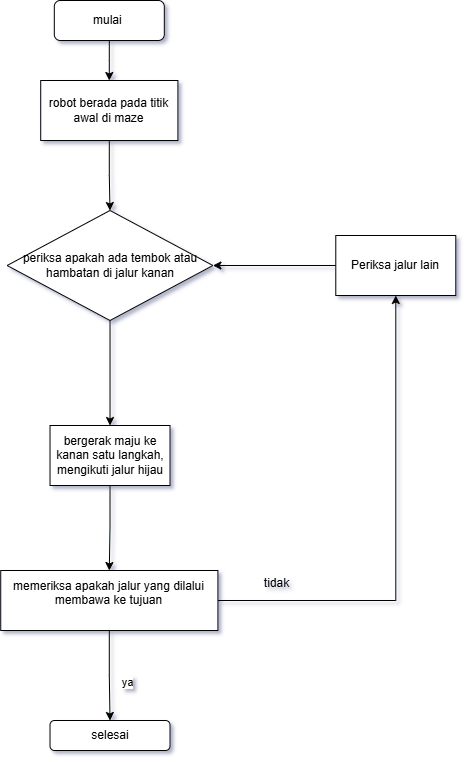
Above: Diagram Tanpa Judul.drawio.png in jiasumimasen/kasir (draw.io), before the change. Source tidied: cells renumbered, new cells last; positions are measured from the earlier drawing's top-left corner, leaving out a move shared by most shapes.
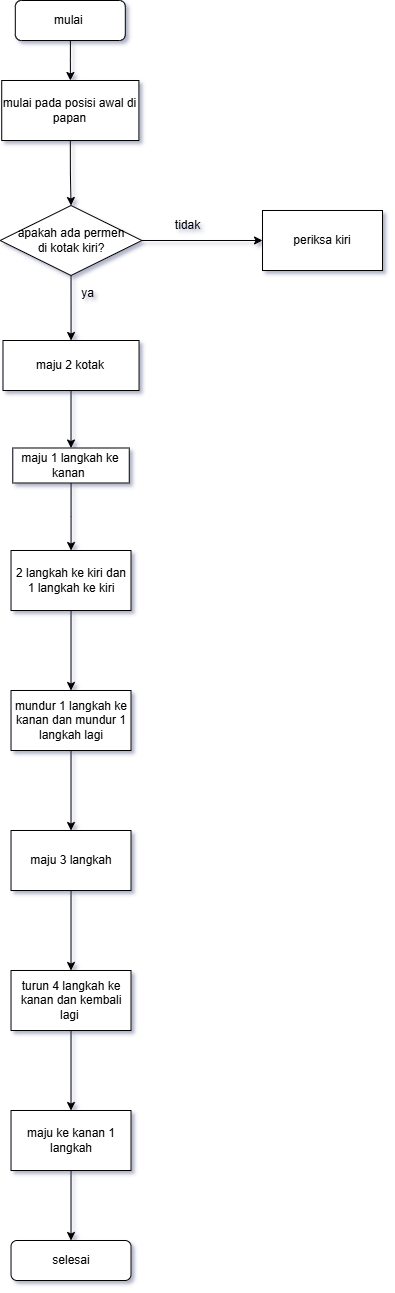
The same diagram one commit later.

The edit, as a diff of the source:
```diff
@@ -8,49 +8,74 @@
     <mxCell id="3" value="mulai&amp;nbsp;" style="rounded=1;whiteSpace=wrap;html=1;labelBackgroundColor=none;" parent="1" vertex="1">
       <mxGeometry x="53.8" width="110" height="40" as="geometry" />
     </mxCell>
-    <mxCell id="4" style="edgeStyle=orthogonalEdgeStyle;rounded=0;jettySize=auto;html=1;" parent="1" edge="1" source="5" target="12">
-      <mxGeometry relative="1" as="geometry" />
-    </mxCell>
-    <mxCell id="5" value="robot berada pada titik awal di maze" style="rounded=0;whiteSpace=wrap;html=1;labelBackgroundColor=none;" parent="1" vertex="1">
+    <mxCell id="5" value="mulai pada posisi awal di papan " style="rounded=0;whiteSpace=wrap;html=1;labelBackgroundColor=none;" parent="1" vertex="1">
       <mxGeometry x="40.2" y="80" width="137.2" height="60" as="geometry" />
     </mxCell>
-    <mxCell id="6" style="edgeStyle=orthogonalEdgeStyle;rounded=0;jettySize=auto;html=1;exitX=0.5;exitY=1;exitDx=0;exitDy=0;" parent="1" edge="1" source="15" target="10">
+    <mxCell id="6" style="edgeStyle=orthogonalEdgeStyle;rounded=0;jettySize=auto;html=1;exitX=0.5;exitY=1;exitDx=0;exitDy=0;" parent="1" edge="1" source="21" target="10">
       <mxGeometry relative="1" as="geometry" />
     </mxCell>
-    <mxCell id="7" style="edgeStyle=orthogonalEdgeStyle;rounded=0;jettySize=auto;html=1;entryX=0.5;entryY=0;entryDx=0;entryDy=0;" parent="1" edge="1" source="10" target="17">
-      <mxGeometry relative="1" as="geometry" />
-    </mxCell>
+    <mxCell id="18" style="edgeStyle=orthogonalEdgeStyle;rounded=0;jettySize=auto;html=1;" parent="1" edge="1" source="10" target="23">
+      <mxGeometry relative="1" as="geometry" />
+    </mxCell>
+    <mxCell id="10" value="maju 2 kotak" style="whiteSpace=wrap;html=1;rounded=0;labelBackgroundColor=none;" parent="1" vertex="1">
+      <mxGeometry x="41.5" y="340" width="136.1" height="50" as="geometry" />
+    </mxCell>
+    <mxCell id="14" value="periksa kiri" style="whiteSpace=wrap;html=1;rounded=0;labelBackgroundColor=none;" parent="1" vertex="1">
+      <mxGeometry x="301" y="210" width="120" height="60" as="geometry" />
+    </mxCell>
+    <mxCell id="19" style="edgeStyle=orthogonalEdgeStyle;rounded=0;jettySize=auto;html=1;exitX=0.5;exitY=1;exitDx=0;exitDy=0;" parent="1" edge="1" source="5" target="21">
+      <mxGeometry relative="1" as="geometry" />
+    </mxCell>
+    <mxCell id="20" style="edgeStyle=orthogonalEdgeStyle;rounded=0;jettySize=auto;html=1;entryX=0;entryY=0.5;entryDx=0;entryDy=0;" parent="1" edge="1" source="21" target="14">
+      <mxGeometry relative="1" as="geometry" />
+    </mxCell>
+    <mxCell id="21" value="&lt;div&gt;&lt;br&gt;&lt;/div&gt;apakah ada permen&lt;div&gt;di kotak kiri?&lt;br&gt;&lt;div&gt;&lt;div&gt;&lt;br&gt;&lt;/div&gt;&lt;/div&gt;&lt;/div&gt;" style="rhombus;whiteSpace=wrap;html=1;rounded=0;labelBackgroundColor=none;" parent="1" vertex="1">
+      <mxGeometry x="38.7" y="205" width="141.7" height="70" as="geometry" />
+    </mxCell>
+    <mxCell id="16" value="tidak" style="text;html=1;align=center;verticalAlign=middle;strokeColor=none;fillColor=none;" parent="1" vertex="1">
+      <mxGeometry x="201" y="210" width="50" height="30" as="geometry" />
+    </mxCell>
-    <mxCell id="8" value="ya" style="edgeLabel;html=1;align=center;verticalAlign=middle;" parent="7" vertex="1">
-      <mxGeometry x="0.16" y="4" relative="1" as="geometry">
-        <mxPoint x="13" as="offset" />
-      </mxGeometry>
+    <mxCell id="8" value="ya" style="text;html=1;align=center;verticalAlign=middle;strokeColor=none;fillColor=none;" parent="1" vertex="1">
+      <mxGeometry x="106" y="278" width="40" height="30" as="geometry" />
     </mxCell>
-    <mxCell id="9" style="edgeStyle=orthogonalEdgeStyle;rounded=0;jettySize=auto;html=1;entryX=0.5;entryY=1;entryDx=0;entryDy=0;" parent="1" edge="1" source="10" target="14">
-      <mxGeometry relative="1" as="geometry" />
-    </mxCell>
-    <mxCell id="10" value="memeriksa apakah jalur yang dilalui membawa ke tujuan&lt;div&gt;&lt;br&gt;&lt;/div&gt;" style="whiteSpace=wrap;html=1;rounded=0;labelBackgroundColor=none;" parent="1" vertex="1">
-      <mxGeometry x="0.2" y="570" width="217.2" height="60" as="geometry" />
-    </mxCell>
-    <mxCell id="11" style="edgeStyle=orthogonalEdgeStyle;rounded=0;jettySize=auto;html=1;" parent="1" edge="1" source="12" target="15">
-      <mxGeometry relative="1" as="geometry" />
-    </mxCell>
-    <mxCell id="12" value="periksa apakah ada tembok atau hambatan di jalur kanan" style="rhombus;whiteSpace=wrap;html=1;rounded=0;labelBackgroundColor=none;" parent="1" vertex="1">
-      <mxGeometry x="6.6" y="210" width="205.8" height="110" as="geometry" />
-    </mxCell>
-    <mxCell id="13" style="edgeStyle=orthogonalEdgeStyle;rounded=0;jettySize=auto;html=1;entryX=1;entryY=0.5;entryDx=0;entryDy=0;" parent="1" edge="1" source="14" target="12">
-      <mxGeometry relative="1" as="geometry" />
-    </mxCell>
-    <mxCell id="14" value="Periksa jalur lain" style="whiteSpace=wrap;html=1;rounded=0;labelBackgroundColor=none;" parent="1" vertex="1">
-      <mxGeometry x="335.3" y="235" width="120" height="60" as="geometry" />
-    </mxCell>
-    <mxCell id="15" value="&lt;br&gt;bergerak maju ke kanan satu langkah, mengikuti jalur hijau&lt;div&gt;&lt;br&gt;&lt;/div&gt;" style="whiteSpace=wrap;html=1;rounded=0;labelBackgroundColor=none;" parent="1" vertex="1">
-      <mxGeometry x="49.5" y="425" width="120" height="60" as="geometry" />
-    </mxCell>
-    <mxCell id="16" value="tidak" style="text;html=1;align=center;verticalAlign=middle;strokeColor=none;fillColor=none;" parent="1" vertex="1">
-      <mxGeometry x="251" y="568" width="50" height="30" as="geometry" />
-    </mxCell>
+    <mxCell id="22" style="edgeStyle=orthogonalEdgeStyle;rounded=0;jettySize=auto;html=1;" parent="1" edge="1" source="23" target="25">
+      <mxGeometry relative="1" as="geometry" />
+    </mxCell>
+    <mxCell id="23" value="maju 1 langkah ke kanan&amp;nbsp;" style="whiteSpace=wrap;html=1;rounded=0;labelBackgroundColor=none;" parent="1" vertex="1">
+      <mxGeometry x="51.3" y="447.5" width="116.5" height="35" as="geometry" />
+    </mxCell>
+    <mxCell id="24" style="edgeStyle=orthogonalEdgeStyle;rounded=0;jettySize=auto;html=1;" parent="1" edge="1" source="25" target="27">
+      <mxGeometry relative="1" as="geometry" />
+    </mxCell>
+    <mxCell id="25" value="2 langkah ke kiri dan 1 langkah ke kiri" style="whiteSpace=wrap;html=1;rounded=0;labelBackgroundColor=none;" parent="1" vertex="1">
+      <mxGeometry x="49.5" y="550" width="120" height="60" as="geometry" />
+    </mxCell>
+    <mxCell id="26" style="edgeStyle=orthogonalEdgeStyle;rounded=0;jettySize=auto;html=1;" parent="1" edge="1" source="27" target="29">
+      <mxGeometry relative="1" as="geometry" />
+    </mxCell>
+    <mxCell id="27" value="mundur 1 langkah ke kanan dan mundur 1 langkah lagi" style="whiteSpace=wrap;html=1;rounded=0;labelBackgroundColor=none;" parent="1" vertex="1">
+      <mxGeometry x="49.5" y="690" width="120" height="60" as="geometry" />
+    </mxCell>
+    <mxCell id="28" style="edgeStyle=orthogonalEdgeStyle;rounded=0;jettySize=auto;html=1;" parent="1" edge="1" source="29" target="31">
+      <mxGeometry relative="1" as="geometry" />
+    </mxCell>
+    <mxCell id="29" value="maju 3 langkah" style="whiteSpace=wrap;html=1;rounded=0;labelBackgroundColor=none;" parent="1" vertex="1">
+      <mxGeometry x="49.5" y="830" width="120" height="60" as="geometry" />
+    </mxCell>
+    <mxCell id="30" style="edgeStyle=orthogonalEdgeStyle;rounded=0;jettySize=auto;html=1;" parent="1" edge="1" source="31" target="33">
+      <mxGeometry relative="1" as="geometry" />
+    </mxCell>
+    <mxCell id="31" value="turun 4 langkah ke kanan dan kembali lagi&amp;nbsp;" style="whiteSpace=wrap;html=1;rounded=0;labelBackgroundColor=none;" parent="1" vertex="1">
+      <mxGeometry x="49.5" y="970" width="120" height="60" as="geometry" />
+    </mxCell>
+    <mxCell id="32" style="edgeStyle=orthogonalEdgeStyle;rounded=0;jettySize=auto;html=1;entryX=0.5;entryY=0;entryDx=0;entryDy=0;" parent="1" edge="1" source="33" target="17">
+      <mxGeometry relative="1" as="geometry" />
+    </mxCell>
+    <mxCell id="33" value="maju ke kanan 1 langkah" style="whiteSpace=wrap;html=1;rounded=0;labelBackgroundColor=none;" parent="1" vertex="1">
+      <mxGeometry x="49.5" y="1110" width="120" height="60" as="geometry" />
+    </mxCell>
     <mxCell id="17" value="selesai" style="rounded=1;whiteSpace=wrap;html=1;" parent="1" vertex="1">
-      <mxGeometry x="49.5" y="720" width="120" height="30" as="geometry" />
+      <mxGeometry x="49.5" y="1240" width="120" height="40" as="geometry" />
     </mxCell>
   </root>
 </mxGraphModel>
```
